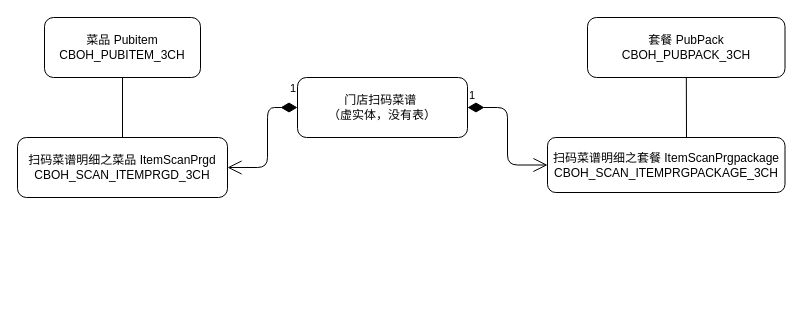
This is 本地BOH/门店扫码菜谱.drawio from liuchenwei2000/diagram, a draw.io file, before an edit. Source tidied: cells renumbered, new cells numbered last; positions are measured from the earlier drawing's top-left corner, leaving out a move shared by most shapes. Both pictures are drawn from the tidied source at 100%, with x=0, y=0 at pixel (17, 17).
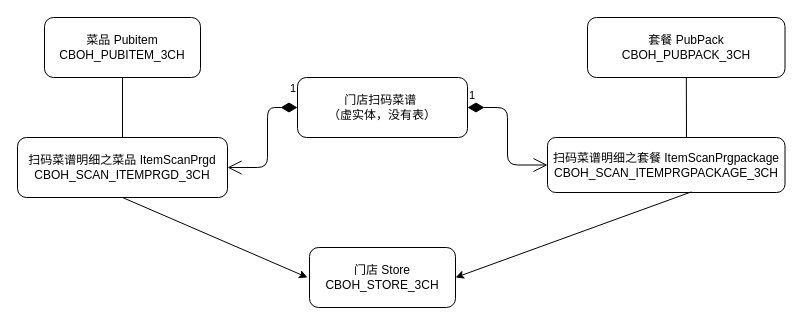
The same page after the edit.

Commit message:
Update 门店扫码菜谱.drawio

Diff of the diagram source:
```diff
@@
 <mxGraphModel>
   <root>
     <mxCell id="0" />
     <mxCell id="1" parent="0" />
     <mxCell id="2" value="门店扫码菜谱&amp;nbsp;&lt;br&gt;（虚实体，没有表）" style="rounded=1;whiteSpace=wrap;html=1;" parent="1" vertex="1">
       <mxGeometry x="280" y="60" width="170" height="60" as="geometry" />
     </mxCell>
     <mxCell id="3" value="菜品 Pubitem&lt;br&gt;CBOH_PUBITEM_3CH" style="rounded=1;whiteSpace=wrap;html=1;" parent="1" vertex="1">
       <mxGeometry x="27" width="156" height="60" as="geometry" />
     </mxCell>
     <mxCell id="4" value="扫码菜谱明细之套餐 ItemScanPrgpackage&lt;br&gt;CBOH_SCAN_ITEMPRGPACKAGE_3CH" style="rounded=1;whiteSpace=wrap;html=1;" parent="1" vertex="1">
       <mxGeometry x="530" y="120" width="237.5" height="55" as="geometry" />
     </mxCell>
     <mxCell id="5" value="扫码菜谱明细之菜品 ItemScanPrgd&lt;br&gt;CBOH_SCAN_ITEMPRGD_3CH" style="rounded=1;whiteSpace=wrap;html=1;" parent="1" vertex="1">
       <mxGeometry y="120" width="210" height="60" as="geometry" />
     </mxCell>
     <mxCell id="6" style="endArrow=none;html=1;" parent="1" edge="1" source="8">
       <mxGeometry relative="1" as="geometry">
         <mxPoint x="669" y="120" as="targetPoint" />
       </mxGeometry>
     </mxCell>
     <mxCell id="7" style="endArrow=none;html=1;" parent="1" edge="1">
       <mxGeometry relative="1" as="geometry">
         <mxPoint x="105" y="60" as="sourcePoint" />
         <mxPoint x="105" y="120" as="targetPoint" />
       </mxGeometry>
     </mxCell>
     <mxCell id="8" value="套餐 PubPack&lt;br&gt;CBOH_PUBPACK_3CH" style="rounded=1;whiteSpace=wrap;html=1;" parent="1" vertex="1">
       <mxGeometry x="570" width="197.5" height="60" as="geometry" />
     </mxCell>
     <mxCell id="9" value="1" style="endArrow=open;html=1;endSize=12;startArrow=diamondThin;startSize=14;startFill=1;edgeStyle=orthogonalEdgeStyle;align=left;verticalAlign=bottom;exitX=0;exitY=0.5;exitDx=0;exitDy=0;entryX=1;entryY=0.5;entryDx=0;entryDy=0;" parent="1" edge="1" source="2" target="5">
       <mxGeometry x="-0.86" y="-10" relative="1" as="geometry">
         <Array as="points">
           <mxPoint x="250" y="90" />
           <mxPoint x="250" y="150" />
         </Array>
       </mxGeometry>
     </mxCell>
     <mxCell id="10" value="1" style="endArrow=open;html=1;endSize=12;startArrow=diamondThin;startSize=14;startFill=1;edgeStyle=orthogonalEdgeStyle;align=left;verticalAlign=bottom;exitX=1;exitY=0.5;exitDx=0;exitDy=0;entryX=0;entryY=0.5;entryDx=0;entryDy=0;" parent="1" edge="1" source="2" target="4">
       <mxGeometry x="-1" y="3" relative="1" as="geometry" />
     </mxCell>
+    <mxCell id="11" value="门店 Store&lt;br&gt;CBOH_STORE_3CH" style="rounded=1;whiteSpace=wrap;html=1;" parent="1" vertex="1">
+      <mxGeometry x="292" y="230" width="146" height="60" as="geometry" />
+    </mxCell>
+    <mxCell id="12" style="endArrow=classic;html=1;exitX=0.5;exitY=1;exitDx=0;exitDy=0;" parent="1" edge="1" source="5">
+      <mxGeometry relative="1" as="geometry">
+        <mxPoint x="290" y="260" as="targetPoint" />
+      </mxGeometry>
+    </mxCell>
+    <mxCell id="13" style="endArrow=classic;html=1;entryX=1;entryY=0.5;entryDx=0;entryDy=0;exitX=0.606;exitY=0.989;exitDx=0;exitDy=0;exitPerimeter=0;" parent="1" edge="1" source="4" target="11">
+      <mxGeometry relative="1" as="geometry" />
+    </mxCell>
   </root>
 </mxGraphModel>
```
